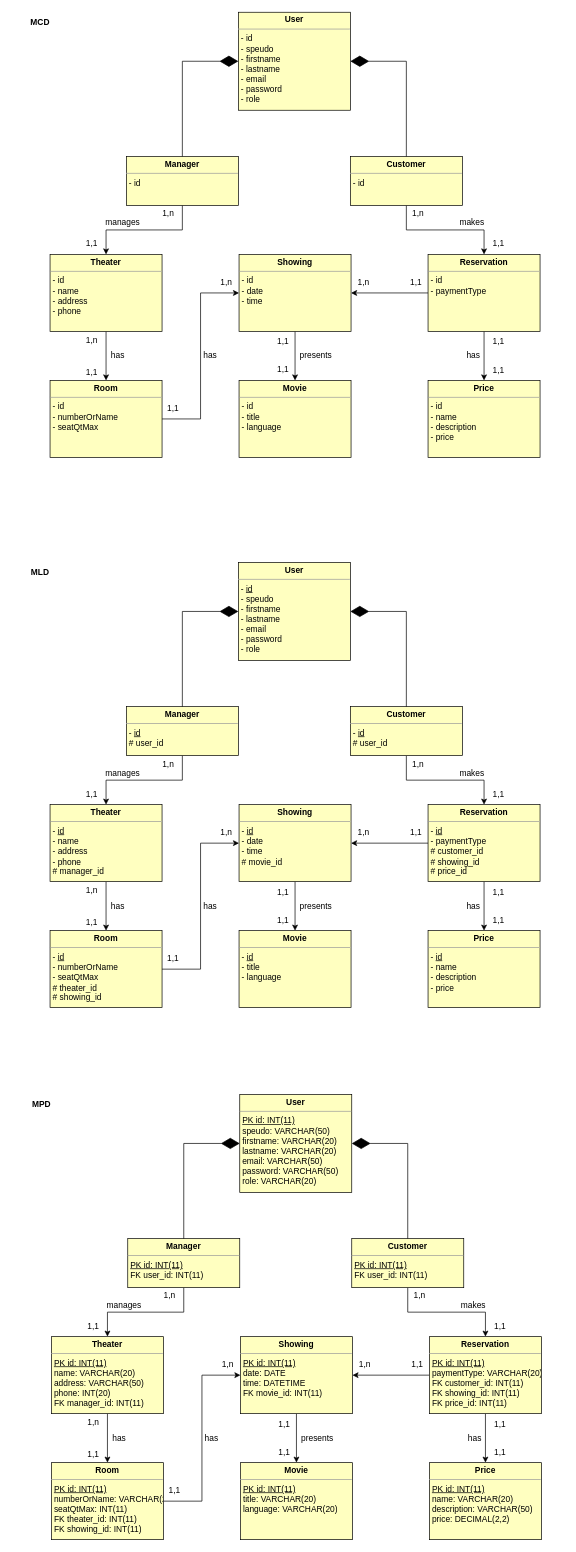
Before: page "Page-2" (2 of 2) of cinema.drawio in CaroVez/cinema, a draw.io diagram. Source tidied: cells renumbered, new cells numbered last; positions are measured from the earlier drawing's top-left corner, leaving out a move shared by most shapes. Both pictures are drawn from the tidied source at 70%, with x=0, y=0 at pixel (12, 12).
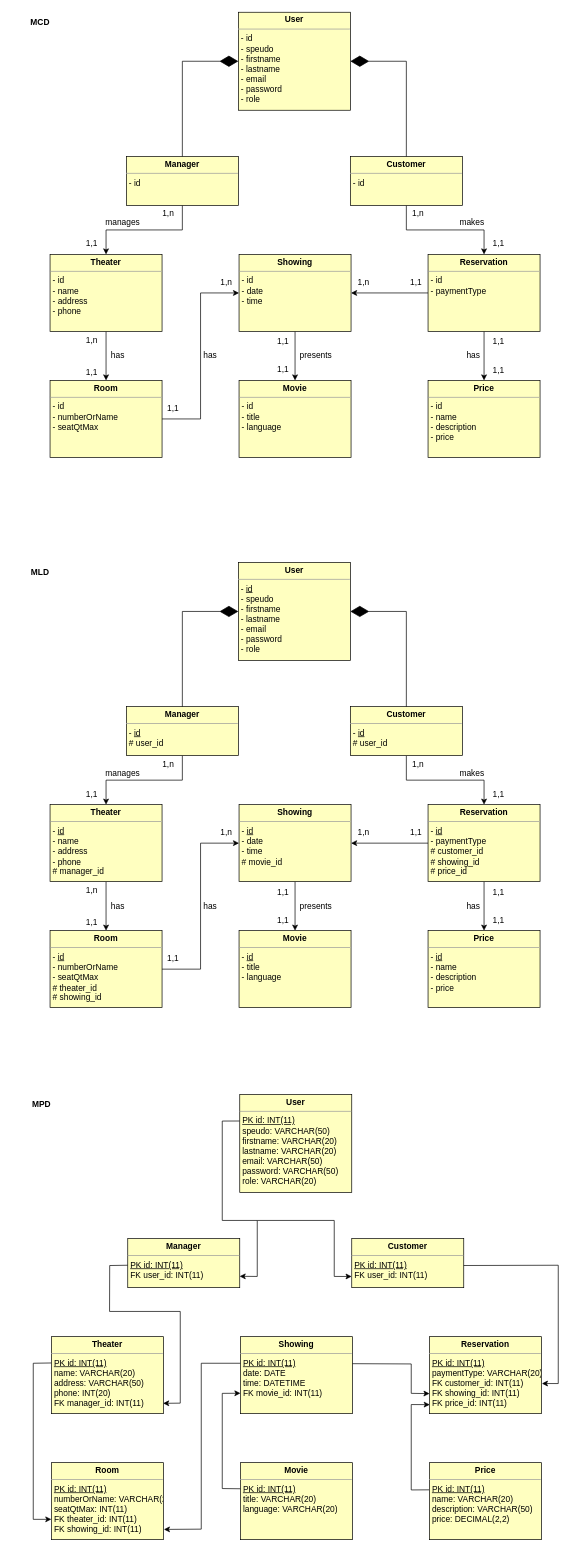
The same diagram, later.

Unchanged cells that the change refers to:
```xml
<mxCell id="80" value="&lt;p style=&quot;margin:0px;margin-top:4px;text-align:center;&quot;&gt;&lt;b&gt;User&lt;/b&gt;&lt;/p&gt;&lt;hr size=&quot;1&quot;&gt;&lt;p style=&quot;margin:0px;margin-left:4px;&quot;&gt;&lt;u&gt;PK id: INT(11)&lt;/u&gt;&lt;/p&gt;&lt;p style=&quot;margin:0px;margin-left:4px;&quot;&gt;speudo: VARCHAR(50)&lt;/p&gt;&lt;p style=&quot;margin:0px;margin-left:4px;&quot;&gt;firstname: VARCHAR(20)&lt;/p&gt;&lt;p style=&quot;margin:0px;margin-left:4px;&quot;&gt;lastname: VARCHAR(20)&lt;/p&gt;&lt;p style=&quot;margin:0px;margin-left:4px;&quot;&gt;email: VARCHAR(50)&lt;/p&gt;&lt;p style=&quot;margin:0px;margin-left:4px;&quot;&gt;password: VARCHAR(50)&lt;/p&gt;&lt;p style=&quot;margin:0px;margin-left:4px;&quot;&gt;role: VARCHAR(20)&lt;/p&gt;" style="verticalAlign=top;align=left;overflow=fill;fontSize=12;fontFamily=Helvetica;html=1;fillColor=#FFFFC0;" parent="1" vertex="1">
  <mxGeometry x="325" y="1546" width="160" height="140" as="geometry" />
</mxCell>
<mxCell id="82" value="&lt;p style=&quot;margin:0px;margin-top:4px;text-align:center;&quot;&gt;&lt;b&gt;Customer&lt;/b&gt;&lt;/p&gt;&lt;hr size=&quot;1&quot;&gt;&lt;p style=&quot;margin: 0px 0px 0px 4px;&quot;&gt;&lt;u&gt;PK id: INT(11)&lt;/u&gt;&lt;/p&gt;&lt;p style=&quot;margin: 0px 0px 0px 4px;&quot;&gt;FK user_id: INT(11)&lt;/p&gt;" style="verticalAlign=top;align=left;overflow=fill;fontSize=12;fontFamily=Helvetica;html=1;fillColor=#FFFFC0;" parent="1" vertex="1">
  <mxGeometry x="485" y="1752" width="160" height="70" as="geometry" />
</mxCell>
<mxCell id="84" value="&lt;p style=&quot;margin:0px;margin-top:4px;text-align:center;&quot;&gt;&lt;b&gt;Manager&lt;/b&gt;&lt;/p&gt;&lt;hr size=&quot;1&quot;&gt;&lt;p style=&quot;margin:0px;margin-left:4px;&quot;&gt;&lt;u&gt;PK id: INT(11)&lt;/u&gt;&lt;/p&gt;&lt;p style=&quot;margin:0px;margin-left:4px;&quot;&gt;FK user_id: INT(11)&lt;/p&gt;" style="verticalAlign=top;align=left;overflow=fill;fontSize=12;fontFamily=Helvetica;html=1;fillColor=#FFFFC0;" parent="1" vertex="1">
  <mxGeometry x="165" y="1752" width="160" height="70" as="geometry" />
</mxCell>
<mxCell id="86" value="&lt;p style=&quot;margin:0px;margin-top:4px;text-align:center;&quot;&gt;&lt;b&gt;Theater&lt;/b&gt;&lt;/p&gt;&lt;hr size=&quot;1&quot;&gt;&lt;p style=&quot;margin:0px;margin-left:4px;&quot;&gt;&lt;u&gt;PK id: INT(11)&lt;/u&gt;&lt;/p&gt;&lt;p style=&quot;margin:0px;margin-left:4px;&quot;&gt;name: VARCHAR(20)&lt;/p&gt;&lt;p style=&quot;margin:0px;margin-left:4px;&quot;&gt;address: VARCHAR(50)&lt;/p&gt;&lt;p style=&quot;margin:0px;margin-left:4px;&quot;&gt;phone: INT(20)&lt;/p&gt;&lt;p style=&quot;margin:0px;margin-left:4px;&quot;&gt;FK manager_id: INT(11)&lt;/p&gt;&lt;p style=&quot;margin:0px;margin-left:4px;&quot;&gt;&lt;br&gt;&lt;/p&gt;" style="verticalAlign=top;align=left;overflow=fill;fontSize=12;fontFamily=Helvetica;html=1;fillColor=#FFFFC0;" parent="1" vertex="1">
  <mxGeometry x="56" y="1892" width="160" height="110" as="geometry" />
</mxCell>
<mxCell id="88" value="&lt;p style=&quot;margin:0px;margin-top:4px;text-align:center;&quot;&gt;&lt;b&gt;Room&lt;/b&gt;&lt;/p&gt;&lt;hr size=&quot;1&quot;&gt;&lt;p style=&quot;margin:0px;margin-left:4px;&quot;&gt;&lt;u&gt;PK id: INT(11)&lt;/u&gt;&lt;/p&gt;&lt;p style=&quot;margin:0px;margin-left:4px;&quot;&gt;numberOrName: VARCHAR(20)&lt;/p&gt;&lt;p style=&quot;margin:0px;margin-left:4px;&quot;&gt;seatQtMax: INT(11)&lt;/p&gt;&lt;p style=&quot;margin:0px;margin-left:4px;&quot;&gt;FK theater_id: INT(11)&lt;/p&gt;&lt;p style=&quot;margin:0px;margin-left:4px;&quot;&gt;FK showing_id: INT(11)&lt;/p&gt;&lt;p style=&quot;margin:0px;margin-left:4px;&quot;&gt;&lt;br&gt;&lt;/p&gt;" style="verticalAlign=top;align=left;overflow=fill;fontSize=12;fontFamily=Helvetica;html=1;fillColor=#FFFFC0;" parent="1" vertex="1">
  <mxGeometry x="56" y="2072" width="160" height="110" as="geometry" />
</mxCell>
<mxCell id="90" value="&lt;p style=&quot;margin:0px;margin-top:4px;text-align:center;&quot;&gt;&lt;b&gt;Showing&lt;/b&gt;&lt;/p&gt;&lt;hr size=&quot;1&quot;&gt;&lt;p style=&quot;margin:0px;margin-left:4px;&quot;&gt;&lt;u&gt;PK id: INT(11)&lt;/u&gt;&lt;/p&gt;&lt;p style=&quot;margin:0px;margin-left:4px;&quot;&gt;date: DATE&lt;/p&gt;&lt;p style=&quot;margin:0px;margin-left:4px;&quot;&gt;time: DATETIME&lt;/p&gt;&lt;p style=&quot;margin:0px;margin-left:4px;&quot;&gt;FK movie_id: INT(11)&lt;/p&gt;" style="verticalAlign=top;align=left;overflow=fill;fontSize=12;fontFamily=Helvetica;html=1;fillColor=#FFFFC0;" parent="1" vertex="1">
  <mxGeometry x="326" y="1892" width="160" height="110" as="geometry" />
</mxCell>
<mxCell id="91" value="&lt;p style=&quot;margin:0px;margin-top:4px;text-align:center;&quot;&gt;&lt;b&gt;Movie&lt;/b&gt;&lt;/p&gt;&lt;hr size=&quot;1&quot;&gt;&lt;p style=&quot;margin:0px;margin-left:4px;&quot;&gt;&lt;u&gt;PK id: INT(11)&lt;/u&gt;&lt;/p&gt;&lt;p style=&quot;margin:0px;margin-left:4px;&quot;&gt;title: VARCHAR(20)&lt;/p&gt;&lt;p style=&quot;margin:0px;margin-left:4px;&quot;&gt;language: VARCHAR(20)&lt;/p&gt;" style="verticalAlign=top;align=left;overflow=fill;fontSize=12;fontFamily=Helvetica;html=1;fillColor=#FFFFC0;" parent="1" vertex="1">
  <mxGeometry x="326" y="2072" width="160" height="110" as="geometry" />
</mxCell>
<mxCell id="94" value="&lt;p style=&quot;margin:0px;margin-top:4px;text-align:center;&quot;&gt;&lt;b&gt;Reservation&lt;/b&gt;&lt;/p&gt;&lt;hr size=&quot;1&quot;&gt;&lt;p style=&quot;margin:0px;margin-left:4px;&quot;&gt;&lt;u&gt;PK id: INT(11)&lt;/u&gt;&lt;/p&gt;&lt;p style=&quot;margin:0px;margin-left:4px;&quot;&gt;&lt;span style=&quot;background-color: initial;&quot;&gt;paymentType: VARCHAR(20)&lt;/span&gt;&lt;/p&gt;&lt;p style=&quot;margin:0px;margin-left:4px;&quot;&gt;&lt;span style=&quot;background-color: initial;&quot;&gt;FK customer_id: INT(11)&lt;/span&gt;&lt;/p&gt;&lt;p style=&quot;margin:0px;margin-left:4px;&quot;&gt;&lt;span style=&quot;background-color: initial;&quot;&gt;FK showing_id: INT(11)&lt;/span&gt;&lt;/p&gt;&lt;p style=&quot;margin:0px;margin-left:4px;&quot;&gt;&lt;span style=&quot;background-color: initial;&quot;&gt;FK price_id: INT(11)&lt;/span&gt;&lt;/p&gt;" style="verticalAlign=top;align=left;overflow=fill;fontSize=12;fontFamily=Helvetica;html=1;fillColor=#FFFFC0;" parent="1" vertex="1">
  <mxGeometry x="596" y="1892" width="160" height="110" as="geometry" />
</mxCell>
<mxCell id="95" value="&lt;p style=&quot;margin:0px;margin-top:4px;text-align:center;&quot;&gt;&lt;b&gt;Price&lt;/b&gt;&lt;/p&gt;&lt;hr size=&quot;1&quot;&gt;&lt;p style=&quot;margin:0px;margin-left:4px;&quot;&gt;&lt;u&gt;PK id: INT(11)&lt;/u&gt;&lt;/p&gt;&lt;p style=&quot;margin:0px;margin-left:4px;&quot;&gt;&lt;span style=&quot;background-color: initial;&quot;&gt;name: VARCHAR(20)&lt;/span&gt;&lt;/p&gt;&lt;p style=&quot;margin:0px;margin-left:4px;&quot;&gt;&lt;span style=&quot;background-color: initial;&quot;&gt;description: VARCHAR(50)&lt;/span&gt;&lt;/p&gt;&lt;p style=&quot;margin:0px;margin-left:4px;&quot;&gt;&lt;span style=&quot;background-color: initial;&quot;&gt;price: DECIMAL(2,2)&lt;/span&gt;&lt;/p&gt;" style="verticalAlign=top;align=left;overflow=fill;fontSize=12;fontFamily=Helvetica;html=1;fillColor=#FFFFC0;" parent="1" vertex="1">
  <mxGeometry x="596" y="2072" width="160" height="110" as="geometry" />
</mxCell>
```

Diff of the diagram source:
```diff
@@
-    <mxCell id="81" style="edgeStyle=orthogonalEdgeStyle;rounded=0;jettySize=auto;html=1;entryX=0.5;entryY=0;entryDx=0;entryDy=0;" parent="1" edge="1" source="82" target="94">
-      <mxGeometry relative="1" as="geometry" />
-    </mxCell>
@@
-    <mxCell id="83" style="edgeStyle=orthogonalEdgeStyle;rounded=0;jettySize=auto;html=1;entryX=0.5;entryY=0;entryDx=0;entryDy=0;" parent="1" edge="1" source="84" target="86">
-      <mxGeometry relative="1" as="geometry" />
-    </mxCell>
@@
-    <mxCell id="85" style="edgeStyle=orthogonalEdgeStyle;rounded=0;jettySize=auto;html=1;entryX=0.5;entryY=0;entryDx=0;entryDy=0;" parent="1" edge="1" source="86" target="88">
-      <mxGeometry relative="1" as="geometry" />
-    </mxCell>
@@
-    <mxCell id="87" style="edgeStyle=orthogonalEdgeStyle;rounded=0;jettySize=auto;html=1;entryX=0;entryY=0.5;entryDx=0;entryDy=0;" parent="1" edge="1" source="88" target="90">
-      <mxGeometry relative="1" as="geometry" />
-    </mxCell>
@@
-    <mxCell id="89" style="edgeStyle=orthogonalEdgeStyle;rounded=0;jettySize=auto;html=1;entryX=0.5;entryY=0;entryDx=0;entryDy=0;" parent="1" edge="1" source="90" target="91">
-      <mxGeometry relative="1" as="geometry" />
-    </mxCell>
@@
-    <mxCell id="92" style="edgeStyle=orthogonalEdgeStyle;rounded=0;jettySize=auto;html=1;entryX=0.5;entryY=0;entryDx=0;entryDy=0;" parent="1" edge="1" source="94" target="95">
-      <mxGeometry relative="1" as="geometry" />
-    </mxCell>
-    <mxCell id="93" style="edgeStyle=orthogonalEdgeStyle;rounded=0;jettySize=auto;html=1;entryX=1;entryY=0.5;entryDx=0;entryDy=0;" parent="1" edge="1" source="94" target="90">
-      <mxGeometry relative="1" as="geometry" />
-    </mxCell>
@@
-    <mxCell id="97" style="endArrow=diamondThin;endFill=1;endSize=24;html=1;rounded=0;exitX=0.5;exitY=0;exitDx=0;exitDy=0;entryX=0;entryY=0.5;entryDx=0;entryDy=0;" parent="1" edge="1" source="84" target="80">
-      <mxGeometry relative="1" as="geometry">
-        <Array as="points">
-          <mxPoint x="245" y="1616" />
-        </Array>
-      </mxGeometry>
-    </mxCell>
-    <mxCell id="98" style="endArrow=diamondThin;endFill=1;endSize=24;html=1;rounded=0;exitX=0.5;exitY=0;exitDx=0;exitDy=0;entryX=1;entryY=0.5;entryDx=0;entryDy=0;" parent="1" edge="1" source="82" target="80">
-      <mxGeometry relative="1" as="geometry">
-        <Array as="points">
-          <mxPoint x="565" y="1616" />
-        </Array>
-      </mxGeometry>
-    </mxCell>
-    <mxCell id="99" value="1,n" style="text;html=1;strokeColor=none;fillColor=none;align=center;verticalAlign=middle;whiteSpace=wrap;rounded=0;" parent="1" vertex="1">
-      <mxGeometry x="195" y="1819" width="60" height="30" as="geometry" />
-    </mxCell>
-    <mxCell id="100" value="1,1" style="text;html=1;strokeColor=none;fillColor=none;align=center;verticalAlign=middle;whiteSpace=wrap;rounded=0;" parent="1" vertex="1">
-      <mxGeometry x="86" y="1862" width="60" height="30" as="geometry" />
-    </mxCell>
-    <mxCell id="101" value="1,n" style="text;html=1;strokeColor=none;fillColor=none;align=center;verticalAlign=middle;whiteSpace=wrap;rounded=0;" parent="1" vertex="1">
-      <mxGeometry x="86" y="2000" width="60" height="30" as="geometry" />
-    </mxCell>
-    <mxCell id="102" value="1,1" style="text;html=1;strokeColor=none;fillColor=none;align=center;verticalAlign=middle;whiteSpace=wrap;rounded=0;" parent="1" vertex="1">
-      <mxGeometry x="86" y="2046" width="60" height="30" as="geometry" />
-    </mxCell>
-    <mxCell id="103" value="1,1" style="text;html=1;strokeColor=none;fillColor=none;align=center;verticalAlign=middle;whiteSpace=wrap;rounded=0;" parent="1" vertex="1">
-      <mxGeometry x="202" y="2097" width="60" height="30" as="geometry" />
-    </mxCell>
-    <mxCell id="104" value="1,n" style="text;html=1;strokeColor=none;fillColor=none;align=center;verticalAlign=middle;whiteSpace=wrap;rounded=0;" parent="1" vertex="1">
-      <mxGeometry x="278" y="1917" width="60" height="30" as="geometry" />
-    </mxCell>
-    <mxCell id="105" value="1,1" style="text;html=1;strokeColor=none;fillColor=none;align=center;verticalAlign=middle;whiteSpace=wrap;rounded=0;" parent="1" vertex="1">
-      <mxGeometry x="359" y="2002" width="60" height="30" as="geometry" />
-    </mxCell>
-    <mxCell id="106" value="1,1" style="text;html=1;strokeColor=none;fillColor=none;align=center;verticalAlign=middle;whiteSpace=wrap;rounded=0;" parent="1" vertex="1">
-      <mxGeometry x="359" y="2042" width="60" height="30" as="geometry" />
-    </mxCell>
-    <mxCell id="107" value="1,n" style="text;html=1;strokeColor=none;fillColor=none;align=center;verticalAlign=middle;whiteSpace=wrap;rounded=0;" parent="1" vertex="1">
-      <mxGeometry x="552" y="1819" width="60" height="30" as="geometry" />
-    </mxCell>
-    <mxCell id="108" value="1,1" style="text;html=1;strokeColor=none;fillColor=none;align=center;verticalAlign=middle;whiteSpace=wrap;rounded=0;" parent="1" vertex="1">
-      <mxGeometry x="667" y="1862" width="60" height="30" as="geometry" />
-    </mxCell>
-    <mxCell id="109" value="1,1" style="text;html=1;strokeColor=none;fillColor=none;align=center;verticalAlign=middle;whiteSpace=wrap;rounded=0;" parent="1" vertex="1">
-      <mxGeometry x="549" y="1917" width="60" height="30" as="geometry" />
-    </mxCell>
-    <mxCell id="110" value="1,n" style="text;html=1;strokeColor=none;fillColor=none;align=center;verticalAlign=middle;whiteSpace=wrap;rounded=0;" parent="1" vertex="1">
-      <mxGeometry x="474" y="1917" width="60" height="30" as="geometry" />
-    </mxCell>
-    <mxCell id="111" value="1,1" style="text;html=1;strokeColor=none;fillColor=none;align=center;verticalAlign=middle;whiteSpace=wrap;rounded=0;" parent="1" vertex="1">
-      <mxGeometry x="667" y="2002" width="60" height="30" as="geometry" />
-    </mxCell>
-    <mxCell id="112" value="1,1" style="text;html=1;strokeColor=none;fillColor=none;align=center;verticalAlign=middle;whiteSpace=wrap;rounded=0;" parent="1" vertex="1">
-      <mxGeometry x="667" y="2043" width="60" height="30" as="geometry" />
-    </mxCell>
-    <mxCell id="113" value="manages" style="text;html=1;strokeColor=none;fillColor=none;align=center;verticalAlign=middle;whiteSpace=wrap;rounded=0;" parent="1" vertex="1">
-      <mxGeometry x="130" y="1832" width="60" height="30" as="geometry" />
-    </mxCell>
-    <mxCell id="114" value="makes" style="text;html=1;strokeColor=none;fillColor=none;align=center;verticalAlign=middle;whiteSpace=wrap;rounded=0;" parent="1" vertex="1">
-      <mxGeometry x="629" y="1832" width="60" height="30" as="geometry" />
-    </mxCell>
-    <mxCell id="115" value="has" style="text;html=1;strokeColor=none;fillColor=none;align=center;verticalAlign=middle;whiteSpace=wrap;rounded=0;" parent="1" vertex="1">
-      <mxGeometry x="123" y="2022" width="60" height="30" as="geometry" />
-    </mxCell>
-    <mxCell id="116" value="has" style="text;html=1;strokeColor=none;fillColor=none;align=center;verticalAlign=middle;whiteSpace=wrap;rounded=0;" parent="1" vertex="1">
-      <mxGeometry x="255" y="2022" width="60" height="30" as="geometry" />
-    </mxCell>
-    <mxCell id="117" value="presents" style="text;html=1;strokeColor=none;fillColor=none;align=center;verticalAlign=middle;whiteSpace=wrap;rounded=0;" parent="1" vertex="1">
-      <mxGeometry x="406" y="2022" width="60" height="30" as="geometry" />
-    </mxCell>
-    <mxCell id="118" value="has" style="text;html=1;strokeColor=none;fillColor=none;align=center;verticalAlign=middle;whiteSpace=wrap;rounded=0;" parent="1" vertex="1">
-      <mxGeometry x="631" y="2022" width="60" height="30" as="geometry" />
-    </mxCell>
+    <mxCell id="119" style="endArrow=classic;html=1;rounded=0;exitX=-0.002;exitY=0.271;exitDx=0;exitDy=0;entryX=0.999;entryY=0.769;entryDx=0;entryDy=0;exitPerimeter=0;entryPerimeter=0;" parent="1" edge="1" source="80" target="84">
+      <mxGeometry relative="1" as="geometry">
+        <Array as="points">
+          <mxPoint x="300" y="1584" />
+          <mxPoint x="300" y="1726" />
+          <mxPoint x="350" y="1726" />
+          <mxPoint x="350" y="1806" />
+        </Array>
+      </mxGeometry>
+    </mxCell>
+    <mxCell id="85" style="endArrow=classic;html=1;rounded=0;exitX=-0.002;exitY=0.342;exitDx=0;exitDy=0;exitPerimeter=0;entryX=-0.001;entryY=0.736;entryDx=0;entryDy=0;entryPerimeter=0;" parent="1" edge="1" source="86" target="88">
+      <mxGeometry relative="1" as="geometry">
+        <Array as="points">
+          <mxPoint x="30" y="1930" />
+          <mxPoint x="30" y="2153" />
+        </Array>
+      </mxGeometry>
+    </mxCell>
+    <mxCell id="120" style="endArrow=classic;html=1;rounded=0;exitX=-0.002;exitY=0.342;exitDx=0;exitDy=0;exitPerimeter=0;entryX=1.004;entryY=0.867;entryDx=0;entryDy=0;entryPerimeter=0;" parent="1" edge="1" target="88">
+      <mxGeometry relative="1" as="geometry">
+        <mxPoint x="325.8" y="1930" as="sourcePoint" />
+        <Array as="points">
+          <mxPoint x="270" y="1930" />
+          <mxPoint x="270" y="2167" />
+        </Array>
+      </mxGeometry>
+    </mxCell>
+    <mxCell id="121" style="endArrow=classic;html=1;rounded=0;exitX=-0.002;exitY=0.339;exitDx=0;exitDy=0;exitPerimeter=0;entryX=0;entryY=0.735;entryDx=0;entryDy=0;entryPerimeter=0;" parent="1" edge="1" source="91" target="90">
+      <mxGeometry relative="1" as="geometry">
+        <Array as="points">
+          <mxPoint x="300" y="2109" />
+          <mxPoint x="300" y="1973" />
+        </Array>
+      </mxGeometry>
+    </mxCell>
+    <mxCell id="122" style="endArrow=classic;html=1;rounded=0;exitX=-0.002;exitY=0.342;exitDx=0;exitDy=0;exitPerimeter=0;entryX=0.997;entryY=0.866;entryDx=0;entryDy=0;entryPerimeter=0;" parent="1" edge="1" target="86">
+      <mxGeometry relative="1" as="geometry">
+        <mxPoint x="164.8" y="1790" as="sourcePoint" />
+        <Array as="points">
+          <mxPoint x="139.2" y="1790.4" />
+          <mxPoint x="139" y="1856" />
+          <mxPoint x="240" y="1856" />
+          <mxPoint x="240" y="1987" />
+        </Array>
+      </mxGeometry>
+    </mxCell>
+    <mxCell id="123" style="endArrow=classic;html=1;rounded=0;entryX=-0.001;entryY=0.772;entryDx=0;entryDy=0;entryPerimeter=0;" parent="1" edge="1" target="82">
+      <mxGeometry relative="1" as="geometry">
+        <mxPoint x="350" y="1726" as="sourcePoint" />
+        <Array as="points">
+          <mxPoint x="460" y="1726" />
+          <mxPoint x="460" y="1806" />
+        </Array>
+      </mxGeometry>
+    </mxCell>
+    <mxCell id="81" style="endArrow=classic;html=1;rounded=0;exitX=1;exitY=0.548;exitDx=0;exitDy=0;entryX=1.004;entryY=0.609;entryDx=0;entryDy=0;entryPerimeter=0;exitPerimeter=0;" parent="1" edge="1" source="82" target="94">
+      <mxGeometry relative="1" as="geometry">
+        <Array as="points">
+          <mxPoint x="780" y="1790" />
+          <mxPoint x="780" y="1959" />
+        </Array>
+      </mxGeometry>
+    </mxCell>
+    <mxCell id="124" style="endArrow=classic;html=1;rounded=0;exitX=1.001;exitY=0.351;exitDx=0;exitDy=0;exitPerimeter=0;entryX=0.001;entryY=0.74;entryDx=0;entryDy=0;entryPerimeter=0;" parent="1" edge="1" source="90" target="94">
+      <mxGeometry relative="1" as="geometry">
+        <Array as="points">
+          <mxPoint x="570" y="1931" />
+          <mxPoint x="570" y="1973" />
+        </Array>
+      </mxGeometry>
+    </mxCell>
+    <mxCell id="125" style="endArrow=classic;html=1;rounded=0;exitX=-0.004;exitY=0.353;exitDx=0;exitDy=0;exitPerimeter=0;entryX=0.003;entryY=0.883;entryDx=0;entryDy=0;entryPerimeter=0;" parent="1" edge="1" source="95" target="94">
+      <mxGeometry relative="1" as="geometry">
+        <Array as="points">
+          <mxPoint x="570" y="2111" />
+          <mxPoint x="570" y="1989" />
+        </Array>
+      </mxGeometry>
+    </mxCell>
```
